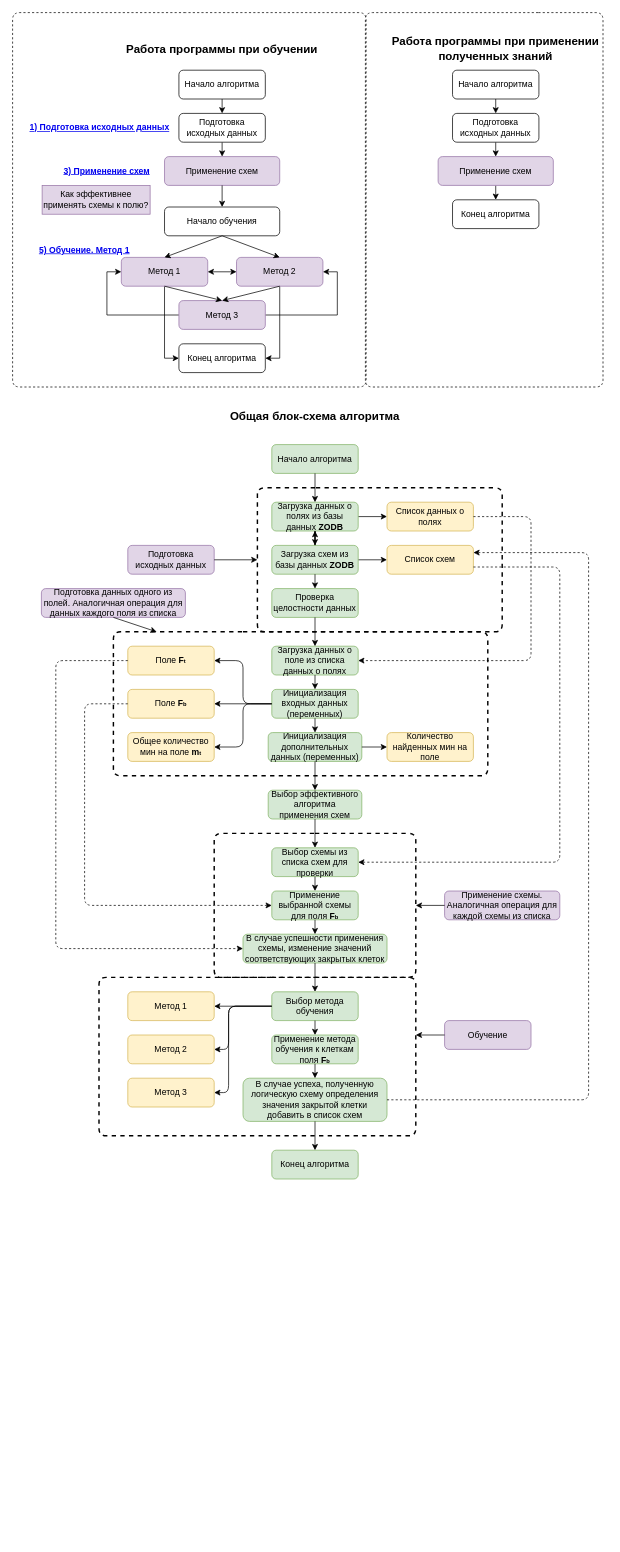
Earlier version of the draw.io diagram page "Блок-схема" (4 of 13) of docs/Сапёр. Описание работы.drawio (xex238/Diploma_2022). Source tidied: cells renumbered, new cells numbered last; positions are measured from the earlier drawing's top-left corner, leaving out a move shared by most shapes. Both pictures are drawn from the tidied source at 72%, with x=0, y=0 at pixel (12, 12).
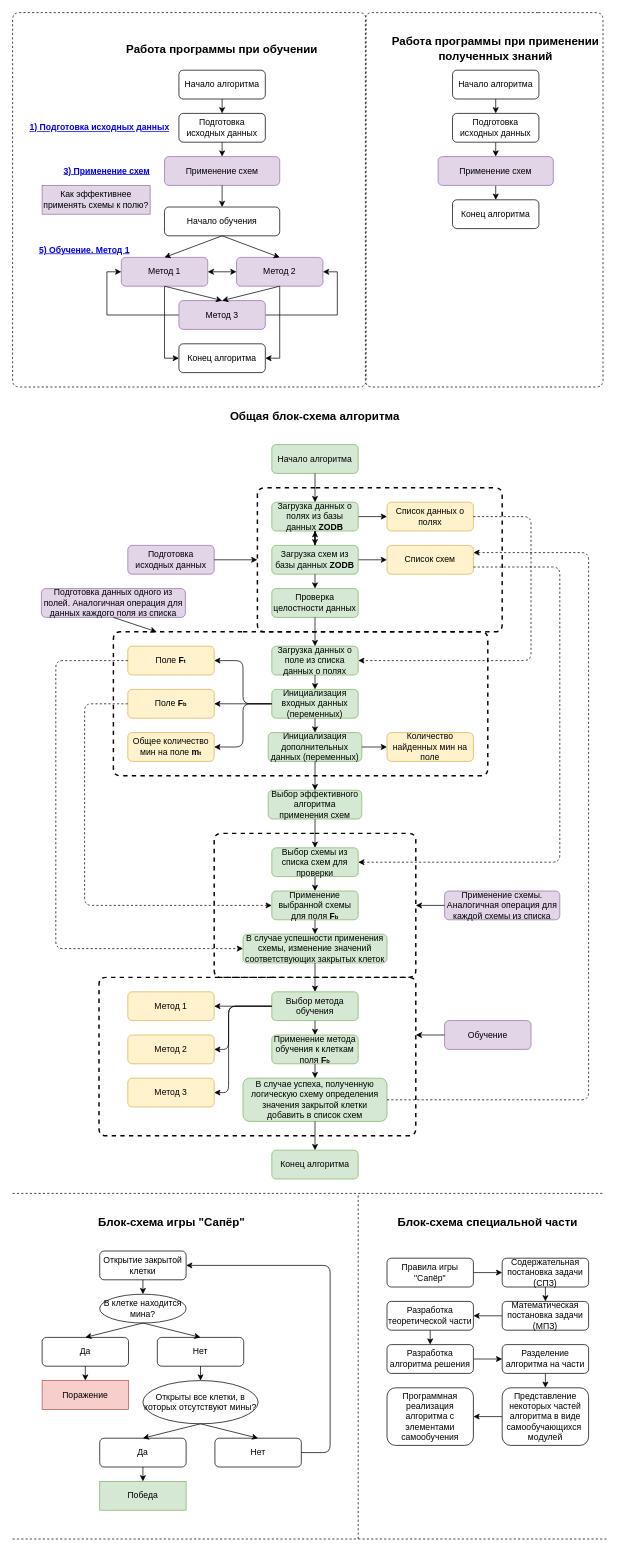
Above is the later version.

Diff of the diagram source:
```diff
@@
+    <mxCell id="103" style="endArrow=none;html=1;dashed=1;" parent="1" edge="1">
+      <mxGeometry relative="1" as="geometry">
+        <mxPoint y="1640" as="sourcePoint" />
+        <mxPoint x="820" y="1640" as="targetPoint" />
+      </mxGeometry>
+    </mxCell>
+    <mxCell id="104" style="edgeStyle=orthogonalEdgeStyle;rounded=0;jettySize=auto;html=1;exitX=1;exitY=0.5;exitDx=0;exitDy=0;entryX=0;entryY=0.5;entryDx=0;entryDy=0;" parent="1" edge="1" source="105" target="108">
+      <mxGeometry relative="1" as="geometry" />
+    </mxCell>
+    <mxCell id="105" value="Правила игры &quot;Сапёр&quot;" style="rounded=1;whiteSpace=wrap;html=1;" parent="1" vertex="1">
+      <mxGeometry x="520" y="1730" width="120" height="40" as="geometry" />
+    </mxCell>
+    <mxCell id="106" value="&lt;b&gt;&lt;font style=&quot;font-size: 16px&quot;&gt;Блок-схема специальной части&lt;/font&gt;&lt;/b&gt;" style="text;html=1;strokeColor=none;fillColor=none;align=center;verticalAlign=middle;whiteSpace=wrap;rounded=0;" parent="1" vertex="1">
+      <mxGeometry x="500" y="1670" width="320" height="20" as="geometry" />
+    </mxCell>
+    <mxCell id="107" style="edgeStyle=orthogonalEdgeStyle;rounded=0;jettySize=auto;html=1;exitX=0.5;exitY=1;exitDx=0;exitDy=0;entryX=0.5;entryY=0;entryDx=0;entryDy=0;" parent="1" edge="1" source="108" target="110">
+      <mxGeometry relative="1" as="geometry" />
+    </mxCell>
+    <mxCell id="108" value="Содержательная постановка задачи (СПЗ)" style="rounded=1;whiteSpace=wrap;html=1;" parent="1" vertex="1">
+      <mxGeometry x="680" y="1730" width="120" height="40" as="geometry" />
+    </mxCell>
+    <mxCell id="109" style="edgeStyle=orthogonalEdgeStyle;rounded=0;jettySize=auto;html=1;exitX=0;exitY=0.5;exitDx=0;exitDy=0;entryX=1;entryY=0.5;entryDx=0;entryDy=0;" parent="1" edge="1" source="110" target="112">
+      <mxGeometry relative="1" as="geometry" />
+    </mxCell>
+    <mxCell id="110" value="Математическая постановка задачи (МПЗ)" style="rounded=1;whiteSpace=wrap;html=1;" parent="1" vertex="1">
+      <mxGeometry x="680" y="1790" width="120" height="40" as="geometry" />
+    </mxCell>
+    <mxCell id="111" style="edgeStyle=orthogonalEdgeStyle;rounded=0;jettySize=auto;html=1;exitX=0.5;exitY=1;exitDx=0;exitDy=0;entryX=0.5;entryY=0;entryDx=0;entryDy=0;" parent="1" edge="1" source="112" target="114">
+      <mxGeometry relative="1" as="geometry" />
+    </mxCell>
+    <mxCell id="112" value="Разработка теоретической части" style="rounded=1;whiteSpace=wrap;html=1;" parent="1" vertex="1">
+      <mxGeometry x="520" y="1790" width="120" height="40" as="geometry" />
+    </mxCell>
+    <mxCell id="113" style="edgeStyle=orthogonalEdgeStyle;rounded=0;jettySize=auto;html=1;exitX=1;exitY=0.5;exitDx=0;exitDy=0;entryX=0;entryY=0.5;entryDx=0;entryDy=0;" parent="1" edge="1" source="114" target="116">
+      <mxGeometry relative="1" as="geometry" />
+    </mxCell>
+    <mxCell id="114" value="Разработка алгоритма решения" style="rounded=1;whiteSpace=wrap;html=1;" parent="1" vertex="1">
+      <mxGeometry x="520" y="1850" width="120" height="40" as="geometry" />
+    </mxCell>
+    <mxCell id="115" style="edgeStyle=orthogonalEdgeStyle;rounded=0;jettySize=auto;html=1;exitX=0.5;exitY=1;exitDx=0;exitDy=0;entryX=0.5;entryY=0;entryDx=0;entryDy=0;" parent="1" edge="1" source="116" target="118">
+      <mxGeometry relative="1" as="geometry" />
+    </mxCell>
+    <mxCell id="116" value="Разделение алгоритма на части" style="rounded=1;whiteSpace=wrap;html=1;" parent="1" vertex="1">
+      <mxGeometry x="680" y="1850" width="120" height="40" as="geometry" />
+    </mxCell>
+    <mxCell id="117" style="edgeStyle=orthogonalEdgeStyle;rounded=0;jettySize=auto;html=1;exitX=0;exitY=0.5;exitDx=0;exitDy=0;entryX=1;entryY=0.5;entryDx=0;entryDy=0;" parent="1" edge="1" source="118" target="119">
+      <mxGeometry relative="1" as="geometry" />
+    </mxCell>
+    <mxCell id="118" value="Представление некоторых частей алгоритма в виде самообучающихся&amp;nbsp; модулей" style="rounded=1;whiteSpace=wrap;html=1;" parent="1" vertex="1">
+      <mxGeometry x="680" y="1910" width="120" height="80" as="geometry" />
+    </mxCell>
+    <mxCell id="119" value="Программная реализация алгоритма с элементами самообучения" style="rounded=1;whiteSpace=wrap;html=1;" parent="1" vertex="1">
+      <mxGeometry x="520" y="1910" width="120" height="80" as="geometry" />
+    </mxCell>
+    <mxCell id="120" value="Открытие закрытой клетки" style="rounded=1;whiteSpace=wrap;html=1;" parent="1" vertex="1">
+      <mxGeometry x="121" y="1720" width="120" height="40" as="geometry" />
+    </mxCell>
+    <mxCell id="121" value="В клетке находится мина?" style="ellipse;whiteSpace=wrap;html=1;" parent="1" vertex="1">
+      <mxGeometry x="121" y="1780" width="120" height="40" as="geometry" />
+    </mxCell>
+    <mxCell id="122" value="Да" style="rounded=1;whiteSpace=wrap;html=1;" parent="1" vertex="1">
+      <mxGeometry x="41" y="1840" width="120" height="40" as="geometry" />
+    </mxCell>
+    <mxCell id="123" value="Нет" style="rounded=1;whiteSpace=wrap;html=1;" parent="1" vertex="1">
+      <mxGeometry x="201" y="1840" width="120" height="40" as="geometry" />
+    </mxCell>
+    <mxCell id="124" value="Открыты все клетки, в которых отсутствуют мины?" style="ellipse;whiteSpace=wrap;html=1;" parent="1" vertex="1">
+      <mxGeometry x="181" y="1900" width="160" height="60" as="geometry" />
+    </mxCell>
+    <mxCell id="125" value="Нет" style="rounded=1;whiteSpace=wrap;html=1;" parent="1" vertex="1">
+      <mxGeometry x="281" y="1980" width="120" height="40" as="geometry" />
+    </mxCell>
+    <mxCell id="126" value="Да" style="rounded=1;whiteSpace=wrap;html=1;" parent="1" vertex="1">
+      <mxGeometry x="121" y="1980" width="120" height="40" as="geometry" />
+    </mxCell>
+    <mxCell id="127" value="Поражение" style="rounded=0;whiteSpace=wrap;html=1;fillColor=#f8cecc;strokeColor=#b85450;" parent="1" vertex="1">
+      <mxGeometry x="41" y="1900" width="120" height="40" as="geometry" />
+    </mxCell>
+    <mxCell id="128" value="Победа" style="rounded=0;whiteSpace=wrap;html=1;fillColor=#d5e8d4;strokeColor=#82b366;" parent="1" vertex="1">
+      <mxGeometry x="121" y="2040" width="120" height="40" as="geometry" />
+    </mxCell>
+    <mxCell id="129" style="endArrow=classic;html=1;entryX=0.5;entryY=0;entryDx=0;entryDy=0;exitX=0.5;exitY=1;exitDx=0;exitDy=0;" parent="1" edge="1" source="120" target="121">
+      <mxGeometry relative="1" as="geometry" />
+    </mxCell>
+    <mxCell id="130" style="endArrow=classic;html=1;entryX=0.5;entryY=0;entryDx=0;entryDy=0;exitX=0.5;exitY=1;exitDx=0;exitDy=0;" parent="1" edge="1" source="121" target="122">
+      <mxGeometry relative="1" as="geometry" />
+    </mxCell>
+    <mxCell id="131" style="endArrow=classic;html=1;entryX=0.5;entryY=0;entryDx=0;entryDy=0;exitX=0.5;exitY=1;exitDx=0;exitDy=0;" parent="1" edge="1" source="121" target="123">
+      <mxGeometry relative="1" as="geometry" />
+    </mxCell>
+    <mxCell id="132" style="endArrow=classic;html=1;entryX=0.5;entryY=0;entryDx=0;entryDy=0;exitX=0.5;exitY=1;exitDx=0;exitDy=0;" parent="1" edge="1" source="122" target="127">
+      <mxGeometry relative="1" as="geometry" />
+    </mxCell>
+    <mxCell id="133" style="endArrow=classic;html=1;entryX=0.5;entryY=0;entryDx=0;entryDy=0;exitX=0.5;exitY=1;exitDx=0;exitDy=0;" parent="1" edge="1" source="123" target="124">
+      <mxGeometry relative="1" as="geometry" />
+    </mxCell>
+    <mxCell id="134" style="endArrow=classic;html=1;entryX=0.5;entryY=0;entryDx=0;entryDy=0;exitX=0.5;exitY=1;exitDx=0;exitDy=0;" parent="1" edge="1" source="124" target="126">
+      <mxGeometry relative="1" as="geometry" />
+    </mxCell>
+    <mxCell id="135" style="endArrow=classic;html=1;entryX=0.5;entryY=0;entryDx=0;entryDy=0;exitX=0.5;exitY=1;exitDx=0;exitDy=0;" parent="1" edge="1" source="124" target="125">
+      <mxGeometry relative="1" as="geometry" />
+    </mxCell>
+    <mxCell id="136" style="endArrow=classic;html=1;entryX=0.5;entryY=0;entryDx=0;entryDy=0;exitX=0.5;exitY=1;exitDx=0;exitDy=0;" parent="1" edge="1" source="126" target="128">
+      <mxGeometry relative="1" as="geometry" />
+    </mxCell>
+    <mxCell id="137" style="endArrow=classic;html=1;entryX=1;entryY=0.5;entryDx=0;entryDy=0;exitX=1;exitY=0.5;exitDx=0;exitDy=0;" parent="1" edge="1" source="125" target="120">
+      <mxGeometry relative="1" as="geometry">
+        <Array as="points">
+          <mxPoint x="441" y="2000" />
+          <mxPoint x="441" y="1740" />
+        </Array>
+      </mxGeometry>
+    </mxCell>
+    <mxCell id="138" style="endArrow=none;html=1;dashed=1;" parent="1" edge="1">
+      <mxGeometry relative="1" as="geometry">
+        <mxPoint x="480" y="2120" as="sourcePoint" />
+        <mxPoint x="480" y="1640" as="targetPoint" />
+      </mxGeometry>
+    </mxCell>
+    <mxCell id="139" value="&lt;b&gt;&lt;font style=&quot;font-size: 16px&quot;&gt;Блок-схема игры &quot;Сапёр&quot;&lt;/font&gt;&lt;/b&gt;" style="text;html=1;strokeColor=none;fillColor=none;align=center;verticalAlign=middle;whiteSpace=wrap;rounded=0;" parent="1" vertex="1">
+      <mxGeometry x="61" y="1670" width="320" height="20" as="geometry" />
+    </mxCell>
+    <mxCell id="140" style="endArrow=none;html=1;dashed=1;" parent="1" edge="1">
+      <mxGeometry relative="1" as="geometry">
+        <mxPoint x="825" y="2120" as="sourcePoint" />
+        <mxPoint y="2120" as="targetPoint" />
+      </mxGeometry>
+    </mxCell>
```
